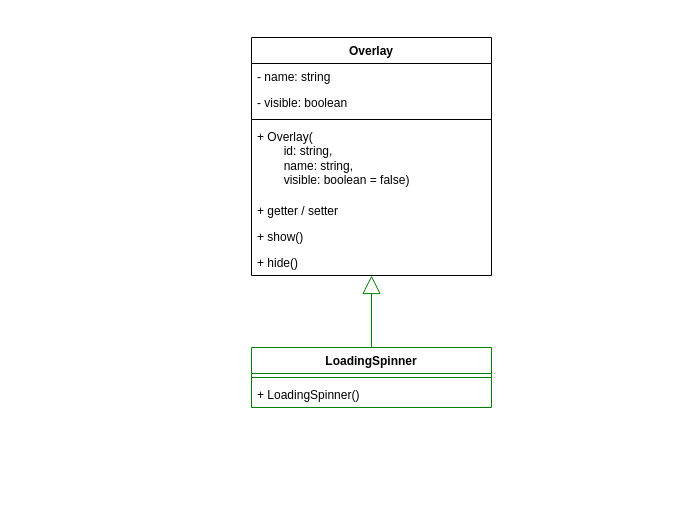
This is docs/issue/133-diagram.drawio from elma1989/sharkie, a draw.io file, before an edit. Source tidied: cells renumbered, new cells numbered last; positions are measured from the earlier drawing's top-left corner, leaving out a move shared by most shapes. Both pictures are drawn from the tidied source at 100%, with x=0, y=0 at pixel (251, 37).
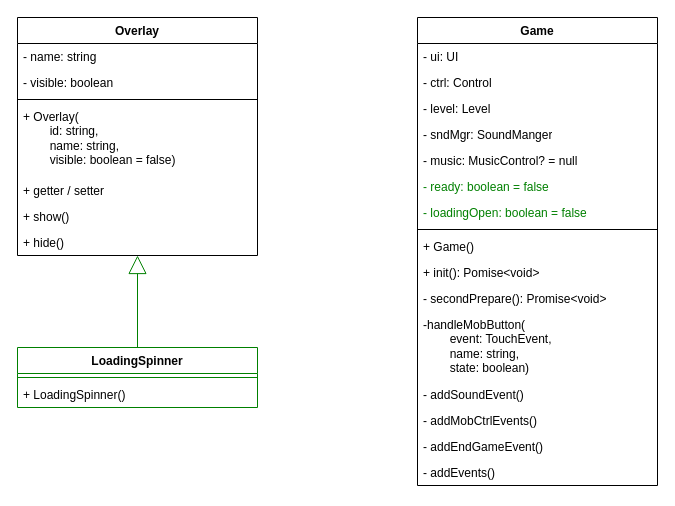
The same page after the edit.

The edit, as a diff of the source:
```diff
@@
     <mxCell id="2" value="Overlay" style="swimlane;fontStyle=1;align=center;verticalAlign=top;horizontal=1;startSize=26;whiteSpace=wrap;html=1;" parent="1" vertex="1">
-      <mxGeometry width="240" height="238" as="geometry" />
+      <mxGeometry x="-234" y="-20" width="240" height="238" as="geometry" />
     </mxCell>
@@
     <mxCell id="10" value="LoadingSpinner" style="swimlane;fontStyle=1;align=center;verticalAlign=top;horizontal=1;startSize=26;whiteSpace=wrap;html=1;strokeColor=light-dark(#008000,#80FF80);" parent="1" vertex="1">
-      <mxGeometry y="310" width="240" height="60" as="geometry" />
+      <mxGeometry x="-234" y="310" width="240" height="60" as="geometry" />
     </mxCell>
@@
+    <mxCell id="14" value="Game" style="swimlane;fontStyle=1;align=center;verticalAlign=top;horizontal=1;startSize=26;whiteSpace=wrap;html=1;" parent="1" vertex="1">
+      <mxGeometry x="166" y="-20" width="240" height="468" as="geometry" />
+    </mxCell>
+    <mxCell id="15" value="- ui: UI" style="text;strokeColor=none;fillColor=none;align=left;verticalAlign=top;spacingLeft=4;spacingRight=4;overflow=hidden;whiteSpace=wrap;html=1;" parent="14" vertex="1">
+      <mxGeometry y="26" width="240" height="26" as="geometry" />
+    </mxCell>
+    <mxCell id="16" value="- ctrl: Control" style="text;strokeColor=none;fillColor=none;align=left;verticalAlign=top;spacingLeft=4;spacingRight=4;overflow=hidden;whiteSpace=wrap;html=1;" parent="14" vertex="1">
+      <mxGeometry y="52" width="240" height="26" as="geometry" />
+    </mxCell>
+    <mxCell id="17" value="- level: Level" style="text;strokeColor=none;fillColor=none;align=left;verticalAlign=top;spacingLeft=4;spacingRight=4;overflow=hidden;whiteSpace=wrap;html=1;" parent="14" vertex="1">
+      <mxGeometry y="78" width="240" height="26" as="geometry" />
+    </mxCell>
+    <mxCell id="18" value="- sndMgr: SoundManger" style="text;strokeColor=none;fillColor=none;align=left;verticalAlign=top;spacingLeft=4;spacingRight=4;overflow=hidden;whiteSpace=wrap;html=1;" parent="14" vertex="1">
+      <mxGeometry y="104" width="240" height="26" as="geometry" />
+    </mxCell>
+    <mxCell id="19" value="- music: MusicControl? = null" style="text;strokeColor=none;fillColor=none;align=left;verticalAlign=top;spacingLeft=4;spacingRight=4;overflow=hidden;whiteSpace=wrap;html=1;" parent="14" vertex="1">
+      <mxGeometry y="130" width="240" height="26" as="geometry" />
+    </mxCell>
+    <mxCell id="20" value="- ready: boolean = false" style="text;strokeColor=none;fillColor=none;align=left;verticalAlign=top;spacingLeft=4;spacingRight=4;overflow=hidden;whiteSpace=wrap;html=1;fontColor=light-dark(#008000,#80FF80);" parent="14" vertex="1">
+      <mxGeometry y="156" width="240" height="26" as="geometry" />
+    </mxCell>
+    <mxCell id="21" value="- loadingOpen: boolean = false" style="text;strokeColor=none;fillColor=none;align=left;verticalAlign=top;spacingLeft=4;spacingRight=4;overflow=hidden;whiteSpace=wrap;html=1;fontColor=light-dark(#008000,#80FF80);" parent="14" vertex="1">
+      <mxGeometry y="182" width="240" height="26" as="geometry" />
+    </mxCell>
+    <mxCell id="22" style="line;strokeWidth=1;fillColor=none;align=left;verticalAlign=middle;spacingTop=-1;spacingLeft=3;spacingRight=3;labelPosition=right;strokeColor=inherit;" parent="14" vertex="1">
+      <mxGeometry y="208" width="240" height="8" as="geometry" />
+    </mxCell>
+    <mxCell id="23" value="+ Game()" style="text;strokeColor=none;fillColor=none;align=left;verticalAlign=top;spacingLeft=4;spacingRight=4;overflow=hidden;whiteSpace=wrap;html=1;" parent="14" vertex="1">
+      <mxGeometry y="216" width="240" height="26" as="geometry" />
+    </mxCell>
+    <mxCell id="24" value="+ init(): Pomise&amp;lt;void&amp;gt;" style="text;strokeColor=none;fillColor=none;align=left;verticalAlign=top;spacingLeft=4;spacingRight=4;overflow=hidden;whiteSpace=wrap;html=1;" parent="14" vertex="1">
+      <mxGeometry y="242" width="240" height="26" as="geometry" />
+    </mxCell>
+    <mxCell id="25" value="- secondPrepare(): Promise&amp;lt;void&amp;gt;" style="text;strokeColor=none;fillColor=none;align=left;verticalAlign=top;spacingLeft=4;spacingRight=4;overflow=hidden;whiteSpace=wrap;html=1;fontColor=default;" parent="14" vertex="1">
+      <mxGeometry y="268" width="240" height="26" as="geometry" />
+    </mxCell>
+    <mxCell id="26" value="-handleMobButton(&lt;div&gt;&lt;span style=&quot;white-space: pre;&quot;&gt;&#9;&lt;/span&gt;event: TouchEvent,&lt;br&gt;&lt;div&gt;&lt;span style=&quot;white-space: pre;&quot;&gt;&#9;&lt;/span&gt;name: string,&lt;br&gt;&lt;/div&gt;&lt;div&gt;&lt;span style=&quot;white-space: pre;&quot;&gt;&#9;&lt;/span&gt;state: boolean)&lt;br&gt;&lt;/div&gt;&lt;/div&gt;" style="text;strokeColor=none;fillColor=none;align=left;verticalAlign=top;spacingLeft=4;spacingRight=4;overflow=hidden;whiteSpace=wrap;html=1;fontColor=default;labelBackgroundColor=default;" parent="14" vertex="1">
+      <mxGeometry y="294" width="240" height="70" as="geometry" />
+    </mxCell>
+    <mxCell id="27" value="- addSoundEvent()" style="text;strokeColor=none;fillColor=none;align=left;verticalAlign=top;spacingLeft=4;spacingRight=4;overflow=hidden;whiteSpace=wrap;html=1;fontColor=default;labelBackgroundColor=default;" parent="14" vertex="1">
+      <mxGeometry y="364" width="240" height="26" as="geometry" />
+    </mxCell>
+    <mxCell id="28" value="- addMobCtrlEvents()" style="text;strokeColor=none;fillColor=none;align=left;verticalAlign=top;spacingLeft=4;spacingRight=4;overflow=hidden;whiteSpace=wrap;html=1;fontColor=default;labelBackgroundColor=default;" parent="14" vertex="1">
+      <mxGeometry y="390" width="240" height="26" as="geometry" />
+    </mxCell>
+    <mxCell id="29" value="- addEndGameEvent()" style="text;strokeColor=none;fillColor=none;align=left;verticalAlign=top;spacingLeft=4;spacingRight=4;overflow=hidden;whiteSpace=wrap;html=1;fontColor=default;" parent="14" vertex="1">
+      <mxGeometry y="416" width="240" height="26" as="geometry" />
+    </mxCell>
+    <mxCell id="30" value="- addEvents()" style="text;strokeColor=none;fillColor=none;align=left;verticalAlign=top;spacingLeft=4;spacingRight=4;overflow=hidden;whiteSpace=wrap;html=1;fontColor=default;" parent="14" vertex="1">
+      <mxGeometry y="442" width="240" height="26" as="geometry" />
+    </mxCell>
```
